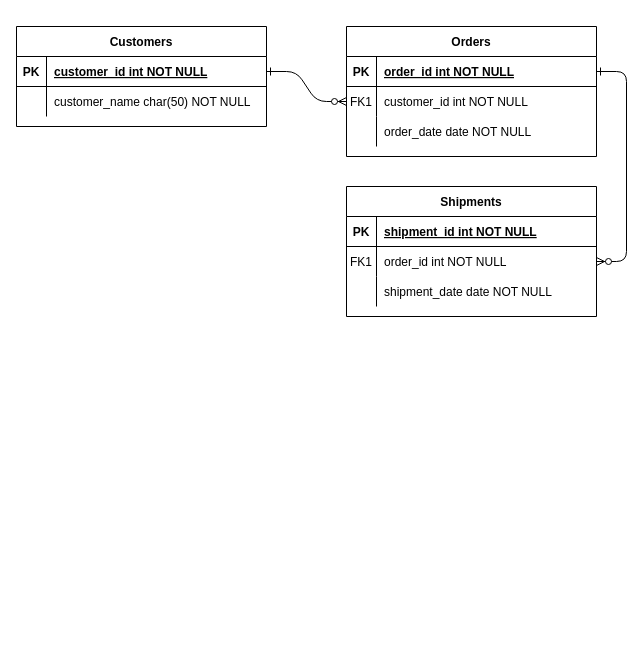
This is 未命名绘图.drawio from rz871256465/ERmodel, a draw.io file, before an edit. Source tidied: cells renumbered, new cells numbered last; positions are measured from the earlier drawing's top-left corner, leaving out a move shared by most shapes. Both pictures are drawn from the tidied source at 100%, with x=0, y=0 at pixel (16, 26).
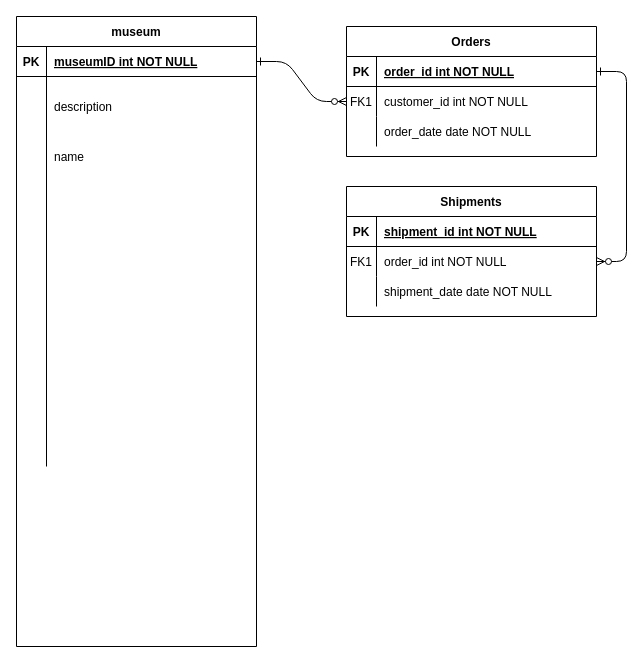
The same diagram, later.

What changed in the source:
```diff
@@
-    <mxCell id="24" value="Customers" style="shape=table;startSize=30;childLayout=tableLayout;rowLines=0;fontStyle=1;align=center;" parent="1" vertex="1">
-      <mxGeometry width="250" height="100" as="geometry" />
+    <mxCell id="24" value="museum" style="shape=table;startSize=30;childLayout=tableLayout;rowLines=0;fontStyle=1;align=center;" parent="1" vertex="1">
+      <mxGeometry y="-10" width="240" height="630" as="geometry" />
     </mxCell>
     <mxCell id="25" style="shape=partialRectangle;fillColor=none;points=[[0,0.5],[1,0.5]];portConstraint=eastwest;top=0;left=0;right=0;bottom=1;" parent="24" vertex="1">
-      <mxGeometry y="30" width="250" height="30" as="geometry" />
+      <mxGeometry y="30" width="240" height="30" as="geometry" />
     </mxCell>
@@
-    <mxCell id="27" value="customer_id int NOT NULL " style="shape=partialRectangle;overflow=hidden;fillColor=none;top=0;left=0;bottom=0;right=0;align=left;spacingLeft=6;fontStyle=5;" parent="25" vertex="1">
-      <mxGeometry x="30" width="220" height="30" as="geometry" />
+    <mxCell id="27" value="museumID int NOT NULL " style="shape=partialRectangle;overflow=hidden;fillColor=none;top=0;left=0;bottom=0;right=0;align=left;spacingLeft=6;fontStyle=5;" parent="25" vertex="1">
+      <mxGeometry x="30" width="210" height="30" as="geometry" />
     </mxCell>
     <mxCell id="28" style="shape=partialRectangle;fillColor=none;top=0;left=0;right=0;bottom=0;" parent="24" vertex="1">
-      <mxGeometry y="60" width="250" height="30" as="geometry" />
+      <mxGeometry y="60" width="240" height="390" as="geometry" />
     </mxCell>
     <mxCell id="29" style="shape=partialRectangle;overflow=hidden;fillColor=none;top=0;left=0;bottom=0;right=0;" parent="28" vertex="1">
-      <mxGeometry width="30" height="30" as="geometry" />
+      <mxGeometry width="30" height="390" as="geometry" />
     </mxCell>
-    <mxCell id="30" value="customer_name char(50) NOT NULL" style="shape=partialRectangle;overflow=hidden;fillColor=none;top=0;left=0;bottom=0;right=0;align=left;spacingLeft=6;" parent="28" vertex="1">
-      <mxGeometry x="30" width="220" height="30" as="geometry" />
+    <mxCell id="30" style="shape=partialRectangle;overflow=hidden;fillColor=none;top=0;left=0;bottom=0;right=0;align=left;spacingLeft=6;" parent="28" vertex="1">
+      <mxGeometry x="30" width="210" height="390" as="geometry" />
     </mxCell>
+    <mxCell id="31" value="description" style="shape=partialRectangle;overflow=hidden;fillColor=none;top=0;left=0;bottom=0;right=0;align=left;spacingLeft=6;" parent="1" vertex="1">
+      <mxGeometry x="30" y="60" width="220" height="40" as="geometry" />
+    </mxCell>
+    <mxCell id="32" value="name" style="shape=partialRectangle;overflow=hidden;fillColor=none;top=0;left=0;bottom=0;right=0;align=left;spacingLeft=6;" parent="1" vertex="1">
+      <mxGeometry x="30" y="110" width="220" height="40" as="geometry" />
+    </mxCell>
```
